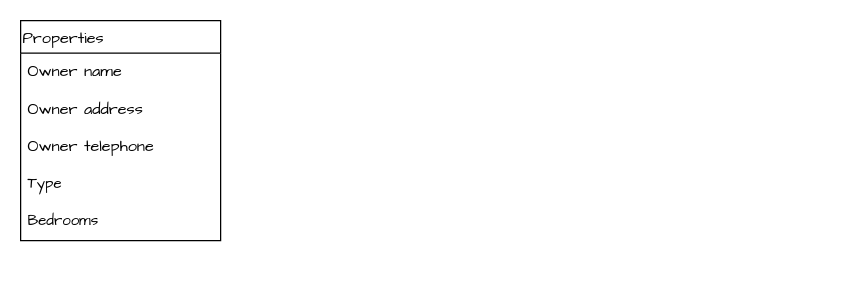
The draw.io diagram 3NF table structure.drawio in Richard-A-llen/Python, before the edit. Source tidied: cells renumbered, new cells numbered last; positions are measured from the earlier drawing's top-left corner, leaving out a move shared by most shapes. Both pictures are drawn from the tidied source at 125%, with x=0, y=0 at pixel (20, 20).
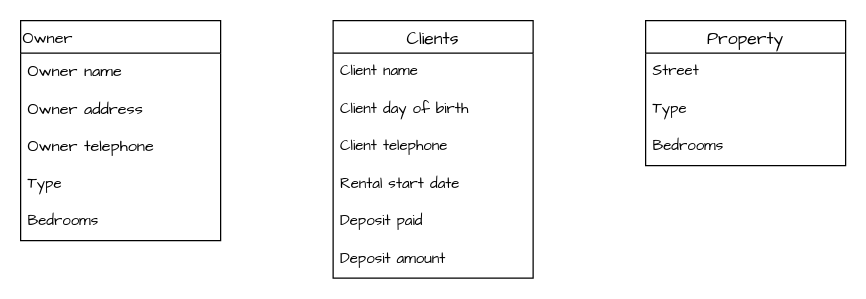
Above is the later version.

The edit, as a diff of the source:
```diff
@@
 <mxGraphModel>
   <root>
     <mxCell id="0" />
     <mxCell id="1" parent="0" />
-    <mxCell id="2" value="Properties" style="swimlane;fontStyle=0;horizontal=1;startSize=26;align=left;fontSize=13;fontFamily=Comic Sans MS;" parent="1" vertex="1">
+    <mxCell id="2" value="Owner" style="swimlane;fontStyle=0;horizontal=1;startSize=26;align=left;fontSize=13;fontFamily=Comic Sans MS;" parent="1" vertex="1">
       <mxGeometry width="160" height="176" as="geometry" />
     </mxCell>
     <mxCell id="3" value="Owner name" style="text;strokeColor=none;fillColor=none;spacingLeft=4;spacingRight=4;overflow=hidden;fontSize=13;fontFamily=Comic Sans MS;align=left;fontStyle=0;" parent="2" vertex="1">
       <mxGeometry y="26" width="160" height="30" as="geometry" />
     </mxCell>
     <mxCell id="4" value="Owner address" style="text;strokeColor=none;fillColor=none;spacingLeft=4;spacingRight=4;overflow=hidden;fontSize=13;fontFamily=Comic Sans MS;align=left;fontStyle=0;" parent="2" vertex="1">
       <mxGeometry y="56" width="160" height="30" as="geometry" />
     </mxCell>
     <mxCell id="5" value="Owner telephone&#10;" style="text;strokeColor=none;fillColor=none;spacingLeft=4;spacingRight=4;overflow=hidden;fontSize=13;fontStyle=0;fontFamily=Comic Sans MS;align=left;" parent="2" vertex="1">
       <mxGeometry y="86" width="160" height="30" as="geometry" />
     </mxCell>
     <mxCell id="6" value="Type" style="text;strokeColor=none;fillColor=none;spacingLeft=4;spacingRight=4;overflow=hidden;fontSize=12;fontFamily=Comic Sans MS;" parent="2" vertex="1">
       <mxGeometry y="116" width="160" height="30" as="geometry" />
     </mxCell>
     <mxCell id="7" value="Bedrooms" style="text;strokeColor=none;fillColor=none;spacingLeft=4;spacingRight=4;overflow=hidden;fontSize=12;fontFamily=Comic Sans MS;" parent="2" vertex="1">
       <mxGeometry y="146" width="160" height="30" as="geometry" />
     </mxCell>
+    <mxCell id="8" value="Clients" style="swimlane;fontStyle=0;horizontal=1;startSize=26;align=center;fontSize=14;fontFamily=Comic Sans MS;" parent="1" vertex="1">
+      <mxGeometry x="250" width="160" height="206" as="geometry" />
+    </mxCell>
+    <mxCell id="9" value="Client name" style="text;strokeColor=none;fillColor=none;spacingLeft=4;spacingRight=4;overflow=hidden;fontSize=12;fontFamily=Comic Sans MS;" parent="8" vertex="1">
+      <mxGeometry y="26" width="160" height="30" as="geometry" />
+    </mxCell>
+    <mxCell id="10" value="Client day of birth" style="text;strokeColor=none;fillColor=none;spacingLeft=4;spacingRight=4;overflow=hidden;fontSize=12;fontFamily=Comic Sans MS;" parent="8" vertex="1">
+      <mxGeometry y="56" width="160" height="30" as="geometry" />
+    </mxCell>
+    <mxCell id="11" value="Client telephone" style="text;strokeColor=none;fillColor=none;spacingLeft=4;spacingRight=4;overflow=hidden;fontSize=12;fontFamily=Comic Sans MS;" parent="8" vertex="1">
+      <mxGeometry y="86" width="160" height="30" as="geometry" />
+    </mxCell>
+    <mxCell id="12" value="Rental start date" style="text;strokeColor=none;fillColor=none;spacingLeft=4;spacingRight=4;overflow=hidden;fontSize=12;fontFamily=Comic Sans MS;" parent="8" vertex="1">
+      <mxGeometry y="116" width="160" height="30" as="geometry" />
+    </mxCell>
+    <mxCell id="13" value="Deposit paid" style="text;strokeColor=none;fillColor=none;spacingLeft=4;spacingRight=4;overflow=hidden;fontSize=12;fontFamily=Comic Sans MS;" parent="8" vertex="1">
+      <mxGeometry y="146" width="160" height="30" as="geometry" />
+    </mxCell>
+    <mxCell id="14" value="Deposit amount" style="text;strokeColor=none;fillColor=none;spacingLeft=4;spacingRight=4;overflow=hidden;fontSize=12;fontFamily=Comic Sans MS;" parent="8" vertex="1">
+      <mxGeometry y="176" width="160" height="30" as="geometry" />
+    </mxCell>
+    <mxCell id="15" value="Property" style="swimlane;fontStyle=0;horizontal=1;startSize=26;align=center;fontSize=14;fontFamily=Comic Sans MS;" parent="1" vertex="1">
+      <mxGeometry x="500" width="160" height="116" as="geometry" />
+    </mxCell>
+    <mxCell id="16" value="Street" style="text;strokeColor=none;fillColor=none;spacingLeft=4;spacingRight=4;overflow=hidden;fontSize=12;fontFamily=Comic Sans MS;" parent="15" vertex="1">
+      <mxGeometry y="26" width="160" height="30" as="geometry" />
+    </mxCell>
+    <mxCell id="17" value="Type" style="text;strokeColor=none;fillColor=none;spacingLeft=4;spacingRight=4;overflow=hidden;fontSize=12;fontFamily=Comic Sans MS;" parent="15" vertex="1">
+      <mxGeometry y="56" width="160" height="30" as="geometry" />
+    </mxCell>
+    <mxCell id="18" value="Bedrooms" style="text;strokeColor=none;fillColor=none;spacingLeft=4;spacingRight=4;overflow=hidden;fontSize=12;fontFamily=Comic Sans MS;" parent="15" vertex="1">
+      <mxGeometry y="86" width="160" height="30" as="geometry" />
+    </mxCell>
   </root>
 </mxGraphModel>
```
